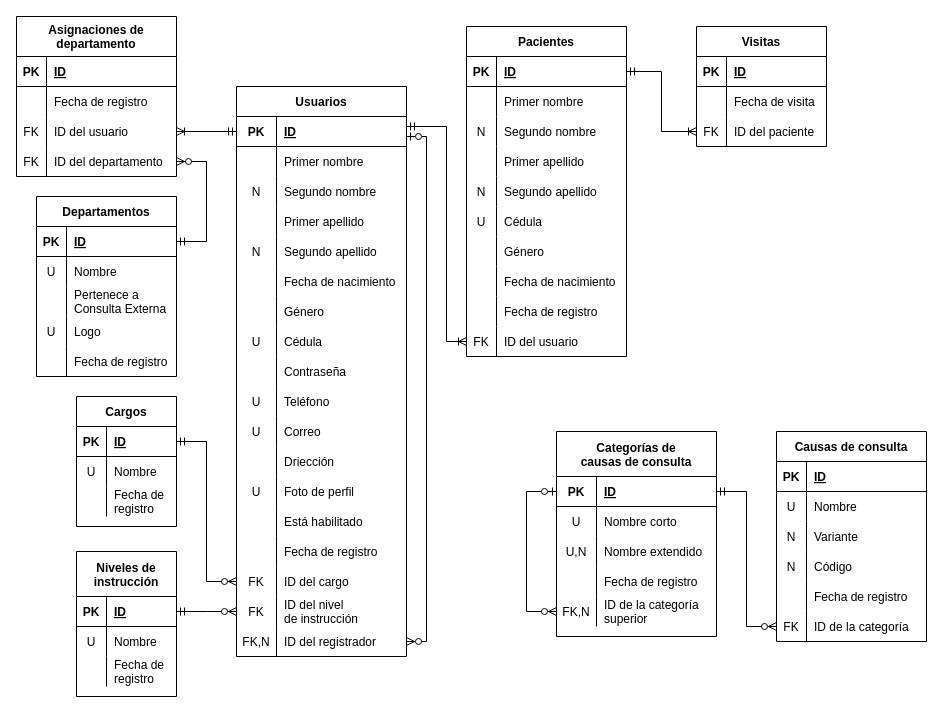
The draw.io diagram page "Modelo Relacional" (4 of 5) of docs/Diagramas.drawio in fadrian06/haju, before the edit. Source tidied: cells renumbered, new cells numbered last; positions are measured from the earlier drawing's top-left corner, leaving out a move shared by most shapes. Both pictures are drawn from the tidied source at 100%, with x=0, y=0 at pixel (16, 16).
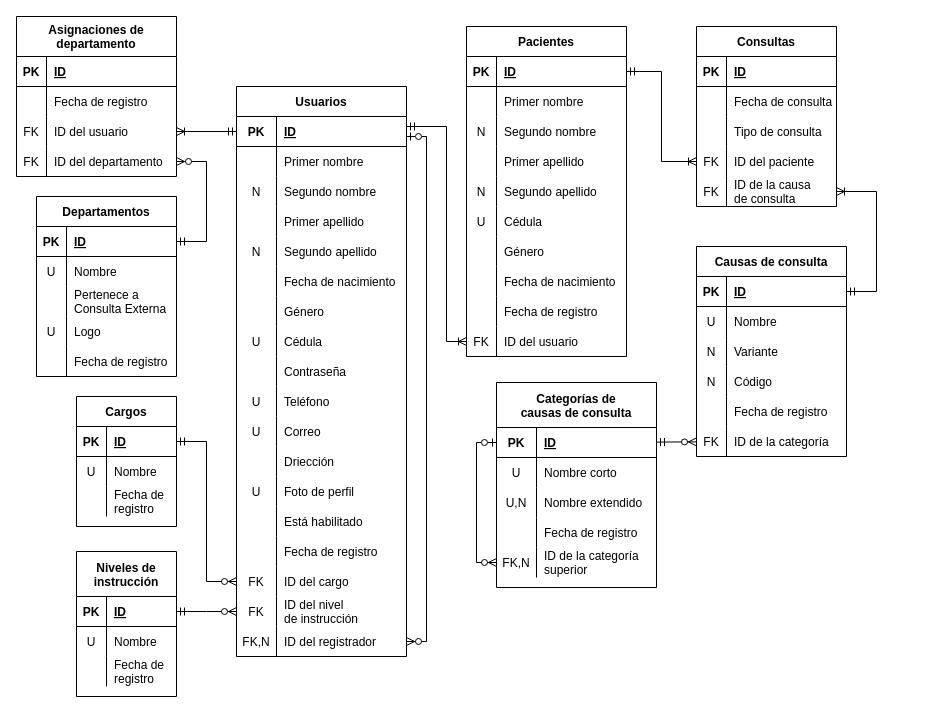
The same diagram, later.

Commit message (it also covers changes not shown here):
Añadida la tabla de consultas

The change refers to these unchanged cells:
```xml
<mxCell id="144" style="shape=tableRow;horizontal=0;startSize=0;swimlaneHead=0;swimlaneBody=0;fillColor=none;points=[[0,0.5],[1,0.5]];portConstraint=eastwest;top=0;left=0;right=0;bottom=1;" parent="143" vertex="1">
  <mxGeometry y="30" width="150" height="30" as="geometry" />
</mxCell>
<mxCell id="159" style="shape=tableRow;horizontal=0;startSize=0;swimlaneHead=0;swimlaneBody=0;fillColor=none;points=[[0,0.5],[1,0.5]];portConstraint=eastwest;top=0;left=0;right=0;bottom=0;" parent="143" vertex="1">
  <mxGeometry y="180" width="150" height="30" as="geometry" />
</mxCell>
<mxCell id="174" style="shape=tableRow;horizontal=0;startSize=0;swimlaneHead=0;swimlaneBody=0;fillColor=none;points=[[0,0.5],[1,0.5]];portConstraint=eastwest;top=0;left=0;right=0;bottom=1;" parent="173" vertex="1">
  <mxGeometry y="45" width="160" height="30" as="geometry" />
</mxCell>
<mxCell id="186" style="shape=tableRow;horizontal=0;startSize=0;swimlaneHead=0;swimlaneBody=0;fillColor=none;points=[[0,0.5],[1,0.5]];portConstraint=eastwest;top=0;left=0;right=0;bottom=0;" parent="173" vertex="1">
  <mxGeometry y="165" width="160" height="30" as="geometry" />
</mxCell>
```

Change to the diagram source:
```diff
@@
     <mxCell id="143" value="Causas de consulta" style="shape=table;startSize=30;childLayout=tableLayout;rowLines=0;fontStyle=1;align=center;" parent="1" vertex="1">
-      <mxGeometry x="760" y="415" width="150" height="210" as="geometry" />
+      <mxGeometry x="680" y="230" width="150" height="210" as="geometry" />
     </mxCell>
@@
-    <mxCell id="162" value="Visitas" style="shape=table;startSize=30;childLayout=tableLayout;rowLines=0;fontStyle=1;align=center;" parent="1" vertex="1">
-      <mxGeometry x="680" y="10" width="130" height="120" as="geometry" />
+    <mxCell id="162" value="Consultas" style="shape=table;startSize=30;childLayout=tableLayout;rowLines=0;fontStyle=1;align=center;" parent="1" vertex="1">
+      <mxGeometry x="680" y="10" width="140" height="180" as="geometry" />
     </mxCell>
     <mxCell id="163" style="shape=tableRow;horizontal=0;startSize=0;swimlaneHead=0;swimlaneBody=0;fillColor=none;top=0;left=0;right=0;bottom=1;" parent="162" vertex="1">
-      <mxGeometry y="30" width="130" height="30" as="geometry" />
+      <mxGeometry y="30" width="140" height="30" as="geometry" />
     </mxCell>
@@
     <mxCell id="165" value="ID" style="shape=partialRectangle;fillColor=none;top=0;left=0;bottom=0;right=0;align=left;spacingLeft=6;fontStyle=5;overflow=hidden;" parent="163" vertex="1">
-      <mxGeometry x="30" width="100" height="30" as="geometry" />
+      <mxGeometry x="30" width="110" height="30" as="geometry" />
     </mxCell>
     <mxCell id="166" style="shape=tableRow;horizontal=0;startSize=0;swimlaneHead=0;swimlaneBody=0;fillColor=none;top=0;left=0;right=0;bottom=0;" parent="162" vertex="1">
-      <mxGeometry y="60" width="130" height="30" as="geometry" />
+      <mxGeometry y="60" width="140" height="30" as="geometry" />
     </mxCell>
@@
-    <mxCell id="168" value="Fecha de visita" style="shape=partialRectangle;fillColor=none;top=0;left=0;bottom=0;right=0;align=left;spacingLeft=6;overflow=hidden;" parent="166" vertex="1">
-      <mxGeometry x="30" width="100" height="30" as="geometry" />
+    <mxCell id="168" value="Fecha de consulta" style="shape=partialRectangle;fillColor=none;top=0;left=0;bottom=0;right=0;align=left;spacingLeft=6;overflow=hidden;" parent="166" vertex="1">
+      <mxGeometry x="30" width="110" height="30" as="geometry" />
     </mxCell>
+    <mxCell id="191" style="shape=tableRow;horizontal=0;startSize=0;swimlaneHead=0;swimlaneBody=0;fillColor=none;top=0;left=0;right=0;bottom=0;" parent="162" vertex="1">
+      <mxGeometry y="90" width="140" height="30" as="geometry" />
+    </mxCell>
+    <mxCell id="192" style="shape=partialRectangle;fillColor=none;top=0;left=0;bottom=0;right=0;overflow=hidden;" parent="191" vertex="1">
+      <mxGeometry width="30" height="30" as="geometry" />
+    </mxCell>
+    <mxCell id="193" value="Tipo de consulta" style="shape=partialRectangle;fillColor=none;top=0;left=0;bottom=0;right=0;align=left;spacingLeft=6;overflow=hidden;" parent="191" vertex="1">
+      <mxGeometry x="30" width="110" height="30" as="geometry" />
+    </mxCell>
     <mxCell id="169" style="shape=tableRow;horizontal=0;startSize=0;swimlaneHead=0;swimlaneBody=0;fillColor=none;points=[[0,0.5],[1,0.5]];portConstraint=eastwest;top=0;left=0;right=0;bottom=0;" parent="162" vertex="1">
-      <mxGeometry y="90" width="130" height="30" as="geometry" />
+      <mxGeometry y="120" width="140" height="30" as="geometry" />
     </mxCell>
@@
     <mxCell id="171" value="ID del paciente" style="shape=partialRectangle;fillColor=none;top=0;left=0;bottom=0;right=0;align=left;spacingLeft=6;overflow=hidden;" parent="169" vertex="1">
-      <mxGeometry x="30" width="100" height="30" as="geometry" />
+      <mxGeometry x="30" width="110" height="30" as="geometry" />
     </mxCell>
+    <mxCell id="194" style="shape=tableRow;horizontal=0;startSize=0;swimlaneHead=0;swimlaneBody=0;fillColor=none;points=[[0,0.5],[1,0.5]];portConstraint=eastwest;top=0;left=0;right=0;bottom=0;" parent="162" vertex="1">
+      <mxGeometry y="150" width="140" height="30" as="geometry" />
+    </mxCell>
+    <mxCell id="195" value="FK" style="shape=partialRectangle;fillColor=none;top=0;left=0;bottom=0;right=0;overflow=hidden;" parent="194" vertex="1">
+      <mxGeometry width="30" height="30" as="geometry" />
+    </mxCell>
+    <mxCell id="196" value="ID de la causa&#10;de consulta" style="shape=partialRectangle;fillColor=none;top=0;left=0;bottom=0;right=0;align=left;spacingLeft=6;overflow=hidden;" parent="194" vertex="1">
+      <mxGeometry x="30" width="110" height="30" as="geometry" />
+    </mxCell>
@@
     <mxCell id="173" value="Categorías de&#10;causas de consulta" style="shape=table;startSize=45;childLayout=tableLayout;rowLines=0;fontStyle=1;align=center;" parent="1" vertex="1">
-      <mxGeometry x="540" y="415" width="160" height="205" as="geometry" />
+      <mxGeometry x="480" y="366" width="160" height="205" as="geometry" />
     </mxCell>
@@
     <mxCell id="189" style="fontSize=12;html=1;endArrow=ERzeroToMany;startArrow=ERzeroToOne;rounded=0;strokeWidth=1;startSize=6;endSize=6;sourcePerimeterSpacing=0;jumpSize=6;startFill=0;edgeStyle=elbowEdgeStyle;" parent="173" edge="1" source="174" target="186">
       <mxGeometry relative="1" as="geometry">
         <Array as="points">
-          <mxPoint x="-30" y="115" />
+          <mxPoint x="-20" y="124" />
         </Array>
       </mxGeometry>
     </mxCell>
-    <mxCell id="190" style="edgeStyle=elbowEdgeStyle;fontSize=12;html=1;endArrow=ERzeroToMany;startArrow=ERmandOne;rounded=0;" parent="1" edge="1" source="174" target="159">
+    <mxCell id="190" style="fontSize=12;html=1;endArrow=ERzeroToMany;startArrow=ERmandOne;rounded=0;" parent="1" edge="1" source="174" target="159">
       <mxGeometry relative="1" as="geometry" />
     </mxCell>
+    <mxCell id="197" style="edgeStyle=orthogonalEdgeStyle;fontSize=12;html=1;endArrow=ERoneToMany;startArrow=ERmandOne;rounded=0;" parent="1" edge="1" source="144" target="194">
+      <mxGeometry relative="1" as="geometry">
+        <Array as="points">
+          <mxPoint x="860" y="275" />
+          <mxPoint x="860" y="175" />
+        </Array>
+      </mxGeometry>
+    </mxCell>
```
